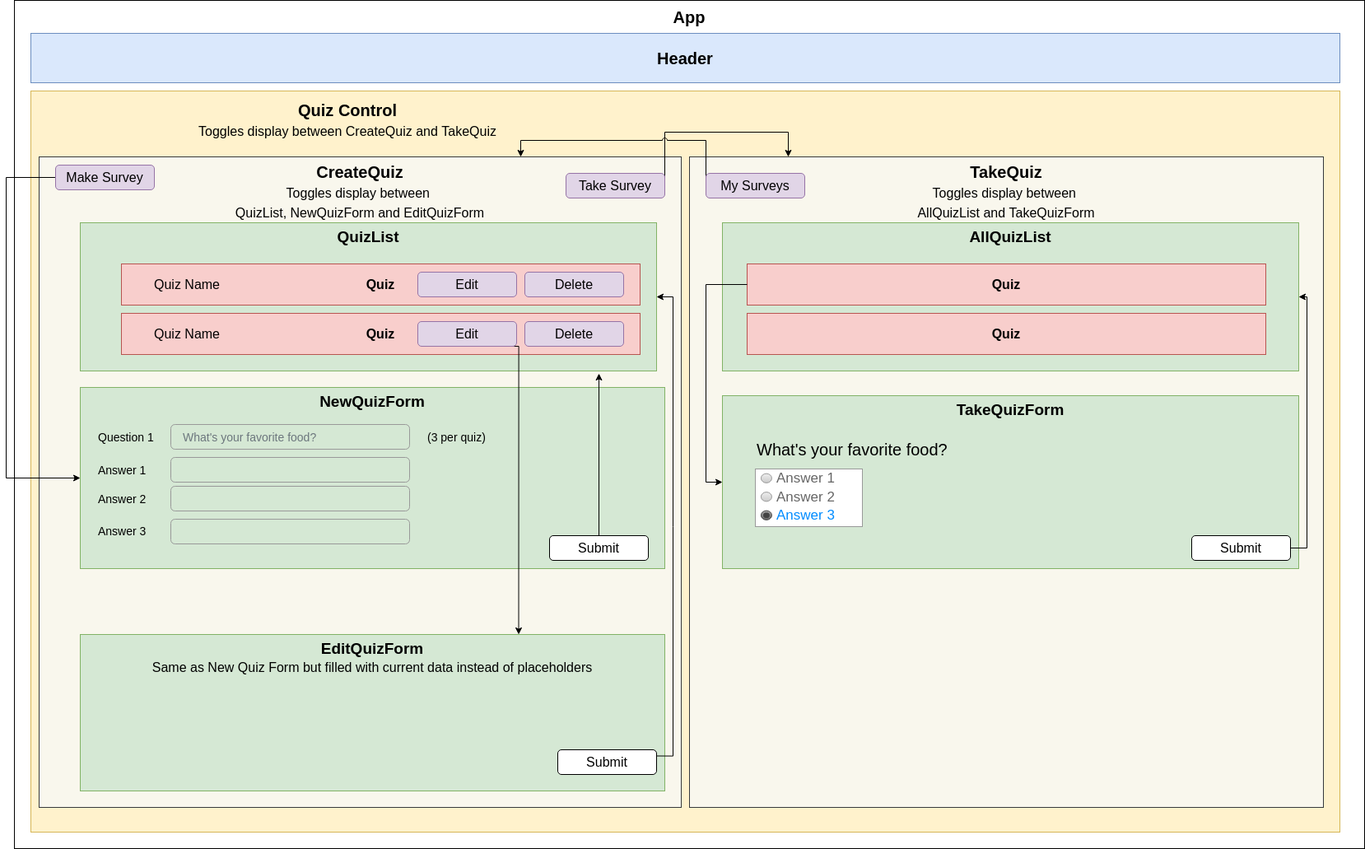
Before: public/quiz-firebase-wireframe.png, a diagram exported from draw.io (TSiu88/quiz-firebase). Source tidied: cells renumbered, new cells last; positions are measured from the earlier drawing's top-left corner, leaving out a move shared by most shapes.
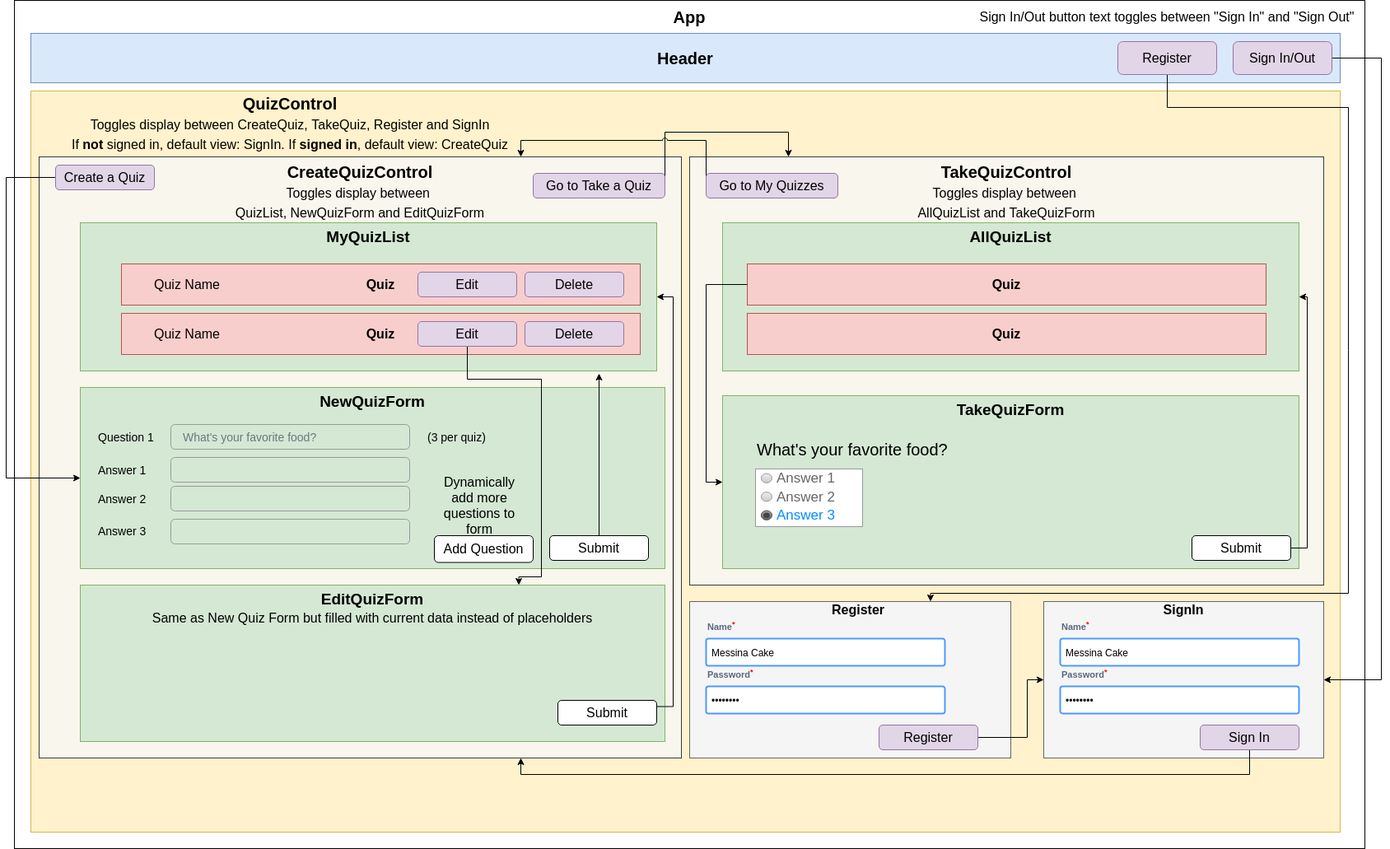
Above is the later version.

Change to the diagram source:
```diff
@@ -14,11 +14,11 @@
     <mxCell id="5" style="rounded=0;whiteSpace=wrap;html=1;fontSize=16;fillColor=#fff2cc;strokeColor=#d6b656;" parent="1" vertex="1">
       <mxGeometry x="30" y="110" width="1590" height="900" as="geometry" />
     </mxCell>
-    <mxCell id="6" value="&lt;b style=&quot;font-size: 20px&quot;&gt;Quiz Control&lt;/b&gt;&lt;br&gt;&lt;font style=&quot;font-size: 16px&quot;&gt;Toggles display between CreateQuiz and TakeQuiz&lt;/font&gt;" style="text;html=1;strokeColor=none;fillColor=none;align=center;verticalAlign=middle;whiteSpace=wrap;rounded=0;fontSize=20;" parent="1" vertex="1">
-      <mxGeometry x="180" y="110" width="470" height="70" as="geometry" />
+    <mxCell id="6" value="&lt;b style=&quot;font-size: 20px&quot;&gt;QuizControl&lt;/b&gt;&lt;br&gt;&lt;font style=&quot;font-size: 16px&quot;&gt;Toggles display between CreateQuiz, TakeQuiz, Register and SignIn&lt;br&gt;If &lt;b&gt;not&lt;/b&gt; signed in, default view: SignIn. If &lt;b&gt;signed in&lt;/b&gt;, default view: CreateQuiz&lt;br&gt;&lt;/font&gt;" style="text;html=1;strokeColor=none;fillColor=none;align=center;verticalAlign=middle;whiteSpace=wrap;rounded=0;fontSize=20;" parent="1" vertex="1">
+      <mxGeometry x="70" y="114" width="550" height="70" as="geometry" />
     </mxCell>
-    <mxCell id="7" value="&lt;b&gt;TakeQuiz&lt;br&gt;&lt;/b&gt;&lt;span style=&quot;font-size: 16px&quot;&gt;Toggles display between&amp;nbsp;&lt;/span&gt;&lt;br style=&quot;font-size: 16px&quot;&gt;&lt;span style=&quot;font-size: 16px&quot;&gt;AllQuizList and TakeQuizForm&lt;/span&gt;&lt;b&gt;&lt;br&gt;&lt;/b&gt;" style="rounded=0;whiteSpace=wrap;html=1;fontSize=20;verticalAlign=top;fillColor=#f9f7ed;strokeColor=#36393d;" parent="1" vertex="1">
-      <mxGeometry x="830" y="190" width="770" height="790" as="geometry" />
+    <mxCell id="7" value="&lt;b&gt;TakeQuizControl&lt;br&gt;&lt;/b&gt;&lt;span style=&quot;font-size: 16px&quot;&gt;Toggles display between&amp;nbsp;&lt;/span&gt;&lt;br style=&quot;font-size: 16px&quot;&gt;&lt;span style=&quot;font-size: 16px&quot;&gt;AllQuizList and TakeQuizForm&lt;/span&gt;&lt;b&gt;&lt;br&gt;&lt;/b&gt;" style="rounded=0;whiteSpace=wrap;html=1;fontSize=20;verticalAlign=top;fillColor=#f9f7ed;strokeColor=#36393d;" parent="1" vertex="1">
+      <mxGeometry x="830" y="190" width="770" height="520" as="geometry" />
     </mxCell>
     <mxCell id="8" value="Answer 1" style="fillColor=none;strokeColor=none;align=left;fontSize=14;" parent="1" vertex="1">
       <mxGeometry x="120" y="560" width="80" height="40" as="geometry" />
@@ -31,9 +31,12 @@
     <mxCell id="10" value="Text" style="text;html=1;strokeColor=none;fillColor=none;align=center;verticalAlign=middle;whiteSpace=wrap;rounded=0;" parent="1" vertex="1">
       <mxGeometry x="450" y="610" width="40" height="20" as="geometry" />
     </mxCell>
+    <mxCell id="68" value="Sign In/Out button text toggles between &quot;Sign In&quot; and &quot;Sign Out&quot;" style="text;html=1;strokeColor=none;fillColor=none;align=center;verticalAlign=middle;whiteSpace=wrap;rounded=0;fontSize=16;" parent="1" vertex="1">
+      <mxGeometry x="1180" y="10" width="460" height="20" as="geometry" />
+    </mxCell>
     <mxCell id="11" value="Layer0" parent="0" />
-    <mxCell id="12" value="&lt;b&gt;CreateQuiz&lt;br&gt;&lt;/b&gt;&lt;span style=&quot;font-size: 16px&quot;&gt;Toggles display between&amp;nbsp;&lt;/span&gt;&lt;br style=&quot;font-size: 16px&quot;&gt;&lt;span style=&quot;font-size: 16px&quot;&gt;QuizList, NewQuizForm and EditQuizForm&lt;/span&gt;&lt;b&gt;&lt;br&gt;&lt;/b&gt;" style="rounded=0;whiteSpace=wrap;html=1;fontSize=20;verticalAlign=top;fillColor=#f9f7ed;strokeColor=#36393d;" parent="11" vertex="1">
-      <mxGeometry x="40" y="190" width="780" height="790" as="geometry" />
+    <mxCell id="12" value="&lt;b&gt;CreateQuizControl&lt;br&gt;&lt;/b&gt;&lt;span style=&quot;font-size: 16px&quot;&gt;Toggles display between&amp;nbsp;&lt;/span&gt;&lt;br style=&quot;font-size: 16px&quot;&gt;&lt;span style=&quot;font-size: 16px&quot;&gt;QuizList, NewQuizForm and EditQuizForm&lt;/span&gt;&lt;b&gt;&lt;br&gt;&lt;/b&gt;" style="rounded=0;whiteSpace=wrap;html=1;fontSize=20;verticalAlign=top;fillColor=#f9f7ed;strokeColor=#36393d;" parent="11" vertex="1">
+      <mxGeometry x="40" y="190" width="780" height="730" as="geometry" />
     </mxCell>
     <mxCell id="13" value="Quiz" style="rounded=0;whiteSpace=wrap;html=1;fontSize=16;fontStyle=1;fillColor=#f8cecc;strokeColor=#b85450;" parent="11" vertex="1">
       <mxGeometry x="900" y="320" width="630" height="50" as="geometry" />
@@ -60,7 +63,7 @@
     <mxCell id="17" style="group;" parent="11" vertex="1">
       <mxGeometry x="90" y="270" width="700" height="180" as="geometry" />
     </mxCell>
-    <mxCell id="18" value="QuizList" style="rounded=0;whiteSpace=wrap;html=1;fontStyle=1;fontSize=19;verticalAlign=top;fillColor=#d5e8d4;strokeColor=#82b366;" parent="17" vertex="1">
+    <mxCell id="18" value="MyQuizList" style="rounded=0;whiteSpace=wrap;html=1;fontStyle=1;fontSize=19;verticalAlign=top;fillColor=#d5e8d4;strokeColor=#82b366;" parent="17" vertex="1">
       <mxGeometry width="700" height="180" as="geometry" />
     </mxCell>
     <mxCell id="19" style="group;" parent="17" vertex="1">
@@ -75,11 +78,99 @@
     <mxCell id="22" value="Submit" style="rounded=1;whiteSpace=wrap;html=1;fontSize=16;" parent="11" vertex="1">
       <mxGeometry x="660" y="650" width="120" height="30" as="geometry" />
     </mxCell>
+    <mxCell id="69" style="edgeStyle=orthogonalEdgeStyle;rounded=0;jettySize=auto;html=1;exitX=1;exitY=0.5;exitDx=0;exitDy=0;entryX=1;entryY=0.5;entryDx=0;entryDy=0;fontSize=16;" parent="11" edge="1" source="70" target="71">
+      <mxGeometry relative="1" as="geometry">
+        <Array as="points">
+          <mxPoint x="1670" y="70" />
+          <mxPoint x="1670" y="825" />
+        </Array>
+      </mxGeometry>
+    </mxCell>
+    <mxCell id="70" value="Sign&lt;font style=&quot;font-size: 16px&quot;&gt; In/Out&lt;br style=&quot;font-size: 16px&quot;&gt;&lt;/font&gt;" style="rounded=1;whiteSpace=wrap;html=1;fontSize=16;fillColor=#e1d5e7;strokeColor=#9673a6;" parent="11" vertex="1">
+      <mxGeometry x="1490" y="50" width="120" height="40" as="geometry" />
+    </mxCell>
+    <mxCell id="71" style="rounded=0;whiteSpace=wrap;html=1;fontSize=16;fillColor=#f5f5f5;strokeColor=#666666;fontColor=#333333;" parent="11" vertex="1">
+      <mxGeometry x="1260" y="730" width="340" height="190" as="geometry" />
+    </mxCell>
+    <mxCell id="72" value="SignIn" style="text;html=1;strokeColor=none;fillColor=none;align=center;verticalAlign=middle;whiteSpace=wrap;rounded=0;fontSize=16;fontStyle=1;" parent="11" vertex="1">
+      <mxGeometry x="1340" y="730" width="180" height="20" as="geometry" />
+    </mxCell>
+    <mxCell id="73" style="edgeStyle=orthogonalEdgeStyle;rounded=0;jettySize=auto;html=1;exitX=0.5;exitY=1;exitDx=0;exitDy=0;entryX=0.75;entryY=1;entryDx=0;entryDy=0;fontSize=16;" parent="11" edge="1" source="74" target="12">
+      <mxGeometry relative="1" as="geometry">
+        <Array as="points">
+          <mxPoint x="1510" y="940" />
+          <mxPoint x="625" y="940" />
+        </Array>
+      </mxGeometry>
+    </mxCell>
+    <mxCell id="74" value="Sign In" style="rounded=1;whiteSpace=wrap;html=1;fontSize=16;fillColor=#e1d5e7;strokeColor=#9673a6;" parent="11" vertex="1">
+      <mxGeometry x="1450" y="880" width="120" height="30" as="geometry" />
+    </mxCell>
+    <mxCell id="75" style="group;" parent="11" vertex="1">
+      <mxGeometry x="1280" y="750" width="290" height="116" as="geometry" />
+    </mxCell>
+    <mxCell id="76" value="Password&lt;sup&gt;&lt;font color=&quot;#ff0000&quot;&gt;*&lt;/font&gt;&lt;/sup&gt;" style="fillColor=none;strokeColor=none;html=1;fontSize=11;fontStyle=0;align=left;fontColor=#596780;fontStyle=1;fontSize=11;" parent="75" vertex="1">
+      <mxGeometry y="58" width="240" height="20" as="geometry" />
+    </mxCell>
+    <mxCell id="77" value="&amp;#8226;&amp;#8226;&amp;#8226;&amp;#8226;&amp;#8226;&amp;#8226;&amp;#8226;&amp;#8226;" style="rounded=1;arcSize=9;align=left;spacingLeft=5;strokeColor=#4C9AFF;html=1;strokeWidth=2;fontSize=12;" parent="75" vertex="1">
+      <mxGeometry y="83" width="290" height="33" as="geometry" />
+    </mxCell>
+    <mxCell id="78" value="Name&lt;sup&gt;&lt;font color=&quot;#ff0000&quot;&gt;*&lt;/font&gt;&lt;/sup&gt;" style="fillColor=none;strokeColor=none;html=1;fontSize=11;fontStyle=0;align=left;fontColor=#596780;fontStyle=1;fontSize=11;" parent="75" vertex="1">
+      <mxGeometry width="240" height="20" as="geometry" />
+    </mxCell>
+    <mxCell id="79" value="Messina Cake" style="rounded=1;arcSize=9;align=left;spacingLeft=5;strokeColor=#4C9AFF;html=1;strokeWidth=2;fontSize=12;" parent="75" vertex="1">
+      <mxGeometry y="25" width="290" height="33" as="geometry" />
+    </mxCell>
+    <mxCell id="80" style="rounded=0;whiteSpace=wrap;html=1;fontSize=16;fillColor=#f5f5f5;strokeColor=#666666;fontColor=#333333;" parent="11" vertex="1">
+      <mxGeometry x="830" y="730" width="390" height="190" as="geometry" />
+    </mxCell>
+    <mxCell id="81" style="group;" parent="11" vertex="1">
+      <mxGeometry x="850" y="750" width="290" height="116" as="geometry" />
+    </mxCell>
+    <mxCell id="82" value="Password&lt;sup&gt;&lt;font color=&quot;#ff0000&quot;&gt;*&lt;/font&gt;&lt;/sup&gt;" style="fillColor=none;strokeColor=none;html=1;fontSize=11;fontStyle=0;align=left;fontColor=#596780;fontStyle=1;fontSize=11;" parent="81" vertex="1">
+      <mxGeometry y="58" width="240" height="20" as="geometry" />
+    </mxCell>
+    <mxCell id="83" value="&amp;#8226;&amp;#8226;&amp;#8226;&amp;#8226;&amp;#8226;&amp;#8226;&amp;#8226;&amp;#8226;" style="rounded=1;arcSize=9;align=left;spacingLeft=5;strokeColor=#4C9AFF;html=1;strokeWidth=2;fontSize=12;" parent="81" vertex="1">
+      <mxGeometry y="83" width="290" height="33" as="geometry" />
+    </mxCell>
+    <mxCell id="84" value="Name&lt;sup&gt;&lt;font color=&quot;#ff0000&quot;&gt;*&lt;/font&gt;&lt;/sup&gt;" style="fillColor=none;strokeColor=none;html=1;fontSize=11;fontStyle=0;align=left;fontColor=#596780;fontStyle=1;fontSize=11;" parent="81" vertex="1">
+      <mxGeometry width="240" height="20" as="geometry" />
+    </mxCell>
+    <mxCell id="85" value="Messina Cake" style="rounded=1;arcSize=9;align=left;spacingLeft=5;strokeColor=#4C9AFF;html=1;strokeWidth=2;fontSize=12;" parent="81" vertex="1">
+      <mxGeometry y="25" width="290" height="33" as="geometry" />
+    </mxCell>
+    <mxCell id="86" value="Register" style="text;html=1;strokeColor=none;fillColor=none;align=center;verticalAlign=middle;whiteSpace=wrap;rounded=0;fontSize=16;fontStyle=1;" parent="11" vertex="1">
+      <mxGeometry x="950" y="730" width="170" height="20" as="geometry" />
+    </mxCell>
+    <mxCell id="87" style="edgeStyle=orthogonalEdgeStyle;rounded=0;jettySize=auto;html=1;exitX=1;exitY=0.5;exitDx=0;exitDy=0;entryX=0;entryY=0.5;entryDx=0;entryDy=0;fontSize=16;" parent="11" edge="1" source="88" target="71">
+      <mxGeometry relative="1" as="geometry">
+        <Array as="points">
+          <mxPoint x="1240" y="895" />
+          <mxPoint x="1240" y="825" />
+        </Array>
+      </mxGeometry>
+    </mxCell>
+    <mxCell id="88" value="Register" style="rounded=1;whiteSpace=wrap;html=1;fontSize=16;fillColor=#e1d5e7;strokeColor=#9673a6;" parent="11" vertex="1">
+      <mxGeometry x="1060" y="880" width="120" height="30" as="geometry" />
+    </mxCell>
+    <mxCell id="89" style="edgeStyle=orthogonalEdgeStyle;rounded=0;jettySize=auto;html=1;exitX=0.5;exitY=1;exitDx=0;exitDy=0;entryX=0.75;entryY=0;entryDx=0;entryDy=0;fontSize=16;" parent="11" edge="1" source="90" target="80">
+      <mxGeometry relative="1" as="geometry">
+        <Array as="points">
+          <mxPoint x="1410" y="130" />
+          <mxPoint x="1630" y="130" />
+          <mxPoint x="1630" y="720" />
+          <mxPoint x="1123" y="720" />
+        </Array>
+      </mxGeometry>
+    </mxCell>
+    <mxCell id="90" value="Register" style="rounded=1;whiteSpace=wrap;html=1;fontSize=16;fillColor=#e1d5e7;strokeColor=#9673a6;" parent="11" vertex="1">
+      <mxGeometry x="1350" y="50" width="120" height="40" as="geometry" />
+    </mxCell>
     <mxCell id="23" value="Layer1" parent="0" />
-    <mxCell id="24" value="Take Survey" style="rounded=1;whiteSpace=wrap;html=1;fontSize=16;fillColor=#e1d5e7;strokeColor=#9673a6;" parent="23" vertex="1">
-      <mxGeometry x="680" y="210" width="120" height="30" as="geometry" />
+    <mxCell id="24" value="Go to Take a Quiz" style="rounded=1;whiteSpace=wrap;html=1;fontSize=16;fillColor=#e1d5e7;strokeColor=#9673a6;" parent="23" vertex="1">
+      <mxGeometry x="640" y="210" width="160" height="30" as="geometry" />
     </mxCell>
-    <mxCell id="25" value="Make Survey" style="rounded=1;whiteSpace=wrap;html=1;fontSize=16;fillColor=#e1d5e7;strokeColor=#9673a6;" parent="23" vertex="1">
+    <mxCell id="25" value="Create a Quiz" style="rounded=1;whiteSpace=wrap;html=1;fontSize=16;fillColor=#e1d5e7;strokeColor=#9673a6;" parent="23" vertex="1">
       <mxGeometry x="60" y="200" width="120" height="30" as="geometry" />
     </mxCell>
     <mxCell id="26" value="NewQuizForm" style="rounded=0;whiteSpace=wrap;html=1;fontStyle=1;fontSize=19;verticalAlign=top;fillColor=#d5e8d4;strokeColor=#82b366;" parent="23" vertex="1">
@@ -100,10 +191,10 @@
       <mxGeometry x="90" y="710" width="710" height="230" as="geometry" />
     </mxCell>
     <mxCell id="31" value="EditQuizForm&lt;br&gt;&lt;span style=&quot;font-size: 16px ; font-weight: 400&quot;&gt;Same as New Quiz Form but filled with current data instead of placeholders&lt;br&gt;&lt;/span&gt;" style="rounded=0;whiteSpace=wrap;html=1;fontStyle=1;fontSize=19;verticalAlign=top;fillColor=#d5e8d4;strokeColor=#82b366;" parent="30" vertex="1">
-      <mxGeometry y="60" width="710" height="190" as="geometry" />
+      <mxGeometry width="710" height="190" as="geometry" />
     </mxCell>
     <mxCell id="32" value="Submit" style="rounded=1;whiteSpace=wrap;html=1;fontSize=16;" parent="30" vertex="1">
-      <mxGeometry x="580" y="200" width="120" height="30" as="geometry" />
+      <mxGeometry x="580" y="140" width="120" height="30" as="geometry" />
     </mxCell>
     <mxCell id="33" value="(3 per quiz)" style="fillColor=none;strokeColor=none;align=left;fontSize=14;" parent="23" vertex="1">
       <mxGeometry x="510" y="510" width="80" height="40" as="geometry" />
@@ -140,7 +231,10 @@
     <mxCell id="45" style="edgeStyle=orthogonalEdgeStyle;rounded=0;jumpStyle=arc;jettySize=auto;html=1;exitX=0.5;exitY=1;exitDx=0;exitDy=0;entryX=0.75;entryY=0;entryDx=0;entryDy=0;fontSize=16;" parent="38" edge="1" source="46" target="31">
       <mxGeometry relative="1" as="geometry">
         <Array as="points">
-          <mxPoint x="623" y="420" />
+          <mxPoint x="560" y="460" />
+          <mxPoint x="650" y="460" />
+          <mxPoint x="650" y="700" />
+          <mxPoint x="623" y="700" />
         </Array>
       </mxGeometry>
     </mxCell>
@@ -212,8 +306,8 @@
         </Array>
       </mxGeometry>
     </mxCell>
-    <mxCell id="65" value="My Surveys" style="rounded=1;whiteSpace=wrap;html=1;fontSize=16;fillColor=#e1d5e7;strokeColor=#9673a6;" parent="38" vertex="1">
-      <mxGeometry x="850" y="210" width="120" height="30" as="geometry" />
+    <mxCell id="65" value="Go to My Quizzes" style="rounded=1;whiteSpace=wrap;html=1;fontSize=16;fillColor=#e1d5e7;strokeColor=#9673a6;" parent="38" vertex="1">
+      <mxGeometry x="850" y="210" width="160" height="30" as="geometry" />
     </mxCell>
     <mxCell id="66" style="edgeStyle=orthogonalEdgeStyle;rounded=0;jumpStyle=arc;jettySize=auto;html=1;exitX=1;exitY=0.25;exitDx=0;exitDy=0;entryX=1;entryY=0.5;entryDx=0;entryDy=0;fontSize=16;" parent="38" edge="1" source="32" target="18">
       <mxGeometry relative="1" as="geometry" />
@@ -226,5 +320,11 @@
         </Array>
       </mxGeometry>
     </mxCell>
+    <mxCell id="91" value="Add Question" style="rounded=1;whiteSpace=wrap;html=1;fontSize=16;" parent="38" vertex="1">
+      <mxGeometry x="520" y="650" width="120" height="32.5" as="geometry" />
+    </mxCell>
+    <mxCell id="92" value="Dynamically add more questions to form" style="text;html=1;strokeColor=none;fillColor=none;align=center;verticalAlign=middle;whiteSpace=wrap;rounded=0;fontSize=16;" parent="38" vertex="1">
+      <mxGeometry x="520" y="585" width="110" height="55" as="geometry" />
+    </mxCell>
   </root>
 </mxGraphModel>
```
